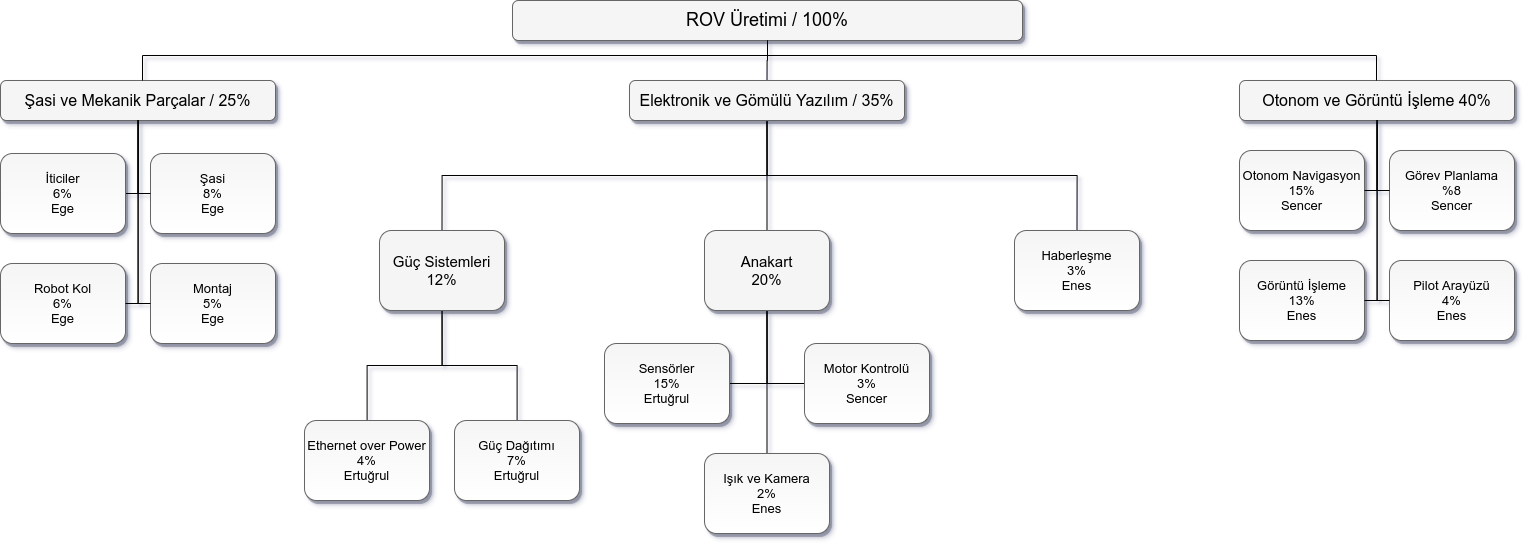
enesdemirag/nucleo-pdr keeps this draw.io diagram as images/WBS.png. Above is the earlier version. Source tidied: cells renumbered, new cells last; positions are measured from the earlier drawing's top-left corner, leaving out a move shared by most shapes.
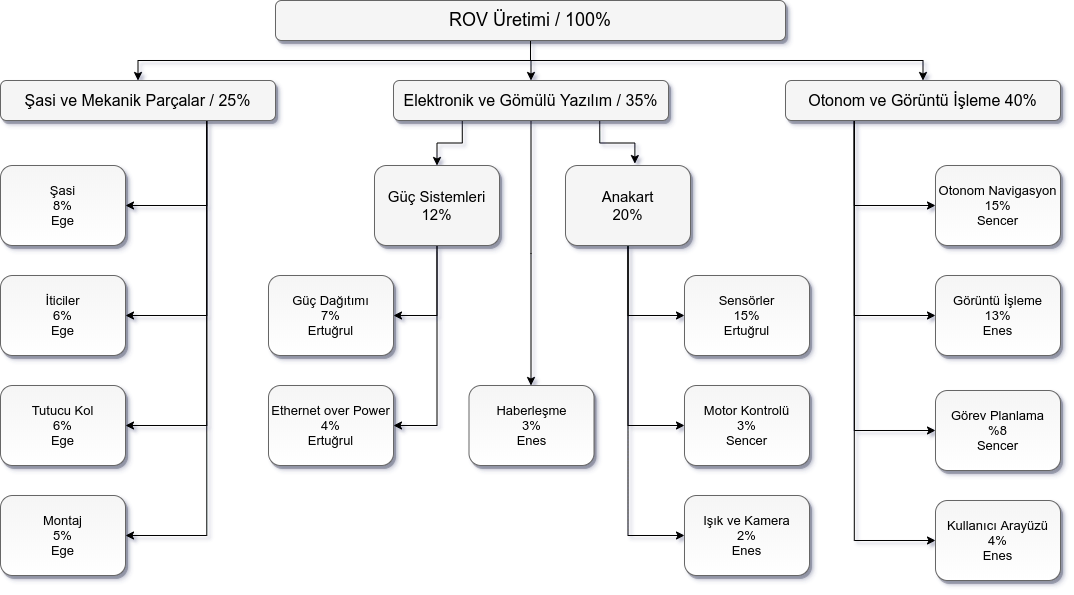
Later version of the same file.

The edit, as a diff of the source:
```diff
@@ -2,165 +2,127 @@
   <root>
     <mxCell id="0" style="html=1;" />
     <mxCell id="1" style="html=1;" parent="0" />
-    <mxCell id="2" style="edgeStyle=orthogonalEdgeStyle;rounded=0;jettySize=auto;html=1;exitX=0.5;exitY=1;exitDx=0;exitDy=0;entryX=0.5;entryY=0;entryDx=0;entryDy=0;endArrow=none;endFill=0;" parent="1" edge="1" source="3" target="7">
+    <mxCell id="2" style="edgeStyle=orthogonalEdgeStyle;rounded=0;jettySize=auto;html=1;exitX=0.5;exitY=1;exitDx=0;exitDy=0;entryX=0.5;entryY=0;entryDx=0;entryDy=0;" parent="1" edge="1" source="3" target="7">
       <mxGeometry relative="1" as="geometry" />
     </mxCell>
+    <mxCell id="27" style="edgeStyle=orthogonalEdgeStyle;rounded=0;jettySize=auto;html=1;exitX=0.5;exitY=1;exitDx=0;exitDy=0;" parent="1" edge="1" source="3" target="8">
+      <mxGeometry relative="1" as="geometry" />
+    </mxCell>
+    <mxCell id="28" style="edgeStyle=orthogonalEdgeStyle;rounded=0;jettySize=auto;html=1;exitX=0.5;exitY=1;exitDx=0;exitDy=0;" parent="1" edge="1" source="3" target="9">
+      <mxGeometry relative="1" as="geometry" />
+    </mxCell>
     <mxCell id="3" value="ROV Üretimi / 100%" style="whiteSpace=wrap;html=1;rounded=1;shadow=1;strokeWidth=1;fontSize=18;align=center;fillColor=#f5f5f5;strokeColor=#666666;" parent="1" vertex="1">
       <mxGeometry x="512" width="510" height="40" as="geometry" />
     </mxCell>
+    <mxCell id="6" style="edgeStyle=orthogonalEdgeStyle;rounded=0;jettySize=auto;html=1;exitX=0.5;exitY=1;exitDx=0;exitDy=0;" parent="1" edge="1" source="7" target="14">
+      <mxGeometry relative="1" as="geometry">
+        <Array as="points">
+          <mxPoint x="768" y="253" />
+          <mxPoint x="768" y="253" />
+        </Array>
+      </mxGeometry>
+    </mxCell>
+    <mxCell id="5" style="edgeStyle=orthogonalEdgeStyle;rounded=0;jettySize=auto;html=1;exitX=0.25;exitY=1;exitDx=0;exitDy=0;entryX=0.5;entryY=0;entryDx=0;entryDy=0;" parent="1" edge="1" source="7" target="12">
+      <mxGeometry relative="1" as="geometry" />
+    </mxCell>
-    <mxCell id="4" style="edgeStyle=orthogonalEdgeStyle;rounded=0;jettySize=auto;html=1;exitX=0.5;exitY=1;exitDx=0;exitDy=0;entryX=0.5;entryY=0;entryDx=0;entryDy=0;endArrow=none;endFill=0;" parent="1" edge="1" source="7" target="25">
+    <mxCell id="4" style="edgeStyle=orthogonalEdgeStyle;rounded=0;jettySize=auto;html=1;exitX=0.75;exitY=1;exitDx=0;exitDy=0;entryX=0.555;entryY=-0.024;entryDx=0;entryDy=0;entryPerimeter=0;" parent="1" edge="1" source="7" target="25">
       <mxGeometry relative="1" as="geometry" />
     </mxCell>
-    <mxCell id="5" style="edgeStyle=orthogonalEdgeStyle;rounded=0;jettySize=auto;html=1;exitX=0.5;exitY=1;exitDx=0;exitDy=0;entryX=0.5;entryY=0;entryDx=0;entryDy=0;endArrow=none;endFill=0;" parent="1" edge="1" source="7" target="12">
-      <mxGeometry relative="1" as="geometry" />
-    </mxCell>
-    <mxCell id="6" style="edgeStyle=orthogonalEdgeStyle;rounded=0;jettySize=auto;html=1;exitX=0.5;exitY=1;exitDx=0;exitDy=0;entryX=0.5;entryY=0;entryDx=0;entryDy=0;endArrow=none;endFill=0;" parent="1" edge="1" source="7" target="14">
-      <mxGeometry relative="1" as="geometry" />
-    </mxCell>
     <mxCell id="7" value="Elektronik ve Gömülü Yazılım / 35%" style="whiteSpace=wrap;html=1;rounded=1;shadow=1;strokeWidth=1;fontSize=16;align=center;fillColor=#f5f5f5;strokeColor=#666666;" parent="1" vertex="1">
-      <mxGeometry x="629" y="80" width="275" height="40" as="geometry" />
+      <mxGeometry x="630" y="80" width="275" height="40" as="geometry" />
     </mxCell>
+    <mxCell id="31" style="edgeStyle=orthogonalEdgeStyle;rounded=0;jettySize=auto;html=1;exitX=0.75;exitY=1;exitDx=0;exitDy=0;entryX=1;entryY=0.5;entryDx=0;entryDy=0;" parent="1" edge="1" source="8" target="15">
+      <mxGeometry relative="1" as="geometry" />
+    </mxCell>
+    <mxCell id="41" style="edgeStyle=orthogonalEdgeStyle;rounded=0;jettySize=auto;html=1;exitX=0.75;exitY=1;exitDx=0;exitDy=0;entryX=1;entryY=0.5;entryDx=0;entryDy=0;" parent="1" edge="1" source="8" target="40">
+      <mxGeometry relative="1" as="geometry" />
+    </mxCell>
+    <mxCell id="30" style="edgeStyle=orthogonalEdgeStyle;rounded=0;jettySize=auto;html=1;exitX=0.75;exitY=1;exitDx=0;exitDy=0;entryX=1;entryY=0.5;entryDx=0;entryDy=0;" parent="1" edge="1" source="8" target="20">
+      <mxGeometry relative="1" as="geometry" />
+    </mxCell>
+    <mxCell id="32" style="edgeStyle=orthogonalEdgeStyle;rounded=0;jettySize=auto;html=1;exitX=0.75;exitY=1;exitDx=0;exitDy=0;entryX=1;entryY=0.5;entryDx=0;entryDy=0;" parent="1" edge="1" source="8" target="21">
+      <mxGeometry relative="1" as="geometry" />
+    </mxCell>
     <mxCell id="8" value="Şasi ve Mekanik Parçalar / 25%" style="whiteSpace=wrap;html=1;rounded=1;shadow=1;strokeWidth=1;fontSize=16;align=center;fillColor=#f5f5f5;strokeColor=#666666;" parent="1" vertex="1">
-      <mxGeometry y="80" width="275" height="40" as="geometry" />
+      <mxGeometry x="237" y="80" width="275" height="40" as="geometry" />
     </mxCell>
+    <mxCell id="33" style="edgeStyle=orthogonalEdgeStyle;rounded=0;jettySize=auto;html=1;exitX=0.25;exitY=1;exitDx=0;exitDy=0;entryX=0;entryY=0.5;entryDx=0;entryDy=0;" parent="1" edge="1" source="9" target="16">
+      <mxGeometry relative="1" as="geometry" />
+    </mxCell>
+    <mxCell id="34" style="edgeStyle=orthogonalEdgeStyle;rounded=0;jettySize=auto;html=1;exitX=0.25;exitY=1;exitDx=0;exitDy=0;entryX=0;entryY=0.5;entryDx=0;entryDy=0;" parent="1" edge="1" source="9" target="18">
+      <mxGeometry relative="1" as="geometry" />
+    </mxCell>
+    <mxCell id="35" style="edgeStyle=orthogonalEdgeStyle;rounded=0;jettySize=auto;html=1;exitX=0.25;exitY=1;exitDx=0;exitDy=0;entryX=0;entryY=0.5;entryDx=0;entryDy=0;" parent="1" edge="1" source="9" target="17">
+      <mxGeometry relative="1" as="geometry" />
+    </mxCell>
+    <mxCell id="36" style="edgeStyle=orthogonalEdgeStyle;rounded=0;jettySize=auto;html=1;exitX=0.25;exitY=1;exitDx=0;exitDy=0;entryX=0;entryY=0.5;entryDx=0;entryDy=0;" parent="1" edge="1" source="9" target="19">
+      <mxGeometry relative="1" as="geometry" />
+    </mxCell>
     <mxCell id="9" value="Otonom ve Görüntü İşleme 40%" style="whiteSpace=wrap;html=1;rounded=1;shadow=1;strokeWidth=1;fontSize=16;align=center;fillColor=#f5f5f5;strokeColor=#666666;" parent="1" vertex="1">
-      <mxGeometry x="1239" y="80" width="275" height="40" as="geometry" />
+      <mxGeometry x="1022" y="80" width="275" height="40" as="geometry" />
     </mxCell>
+    <mxCell id="11" style="edgeStyle=orthogonalEdgeStyle;rounded=0;jettySize=auto;html=1;exitX=0.5;exitY=1;exitDx=0;exitDy=0;entryX=1;entryY=0.5;entryDx=0;entryDy=0;" parent="1" edge="1" source="12" target="37">
+      <mxGeometry relative="1" as="geometry" />
+    </mxCell>
-    <mxCell id="10" style="edgeStyle=orthogonalEdgeStyle;rounded=0;jettySize=auto;html=1;endArrow=none;endFill=0;" parent="1" edge="1" source="12" target="13">
+    <mxCell id="10" style="edgeStyle=orthogonalEdgeStyle;rounded=0;jettySize=auto;html=1;exitX=0.5;exitY=1;exitDx=0;exitDy=0;entryX=1;entryY=0.5;entryDx=0;entryDy=0;" parent="1" edge="1" source="12" target="13">
       <mxGeometry relative="1" as="geometry" />
     </mxCell>
-    <mxCell id="11" style="edgeStyle=orthogonalEdgeStyle;rounded=0;jettySize=auto;html=1;exitX=0.5;exitY=1;exitDx=0;exitDy=0;endArrow=none;endFill=0;" parent="1" edge="1" source="12" target="37">
-      <mxGeometry relative="1" as="geometry" />
-    </mxCell>
     <mxCell id="12" value="Güç Sistemleri&lt;br&gt;12%" style="whiteSpace=wrap;html=1;rounded=1;shadow=1;strokeWidth=1;fontSize=15;align=center;fillColor=#f5f5f5;strokeColor=#666666;" parent="1" vertex="1">
-      <mxGeometry x="379" y="230" width="125" height="80" as="geometry" />
+      <mxGeometry x="611" y="165" width="125" height="80" as="geometry" />
     </mxCell>
     <mxCell id="13" value="Ethernet over Power&lt;br&gt;4%&lt;br&gt;Ertuğrul" style="whiteSpace=wrap;html=1;rounded=1;shadow=1;strokeWidth=1;fontSize=13;align=center;fillColor=#f5f5f5;strokeColor=#666666;gradientColor=#ffffff;" parent="1" vertex="1">
-      <mxGeometry x="304" y="420" width="125" height="80" as="geometry" />
+      <mxGeometry x="505" y="385" width="125" height="80" as="geometry" />
     </mxCell>
     <mxCell id="14" value="&lt;span style=&quot;font-size: 13px;&quot;&gt;Haberleşme&lt;br style=&quot;font-size: 13px;&quot;&gt;3%&lt;br style=&quot;font-size: 13px;&quot;&gt;Enes&lt;/span&gt;" style="whiteSpace=wrap;html=1;rounded=1;shadow=1;strokeWidth=1;fontSize=13;align=center;fillColor=#f5f5f5;strokeColor=#666666;gradientColor=#ffffff;" parent="1" vertex="1">
-      <mxGeometry x="1014" y="230" width="125" height="80" as="geometry" />
+      <mxGeometry x="705.5" y="385" width="125" height="80" as="geometry" />
     </mxCell>
     <mxCell id="15" value="Şasi&lt;br&gt;8%&lt;br&gt;Ege" style="whiteSpace=wrap;html=1;rounded=1;shadow=1;strokeWidth=1;fontSize=13;align=center;fillColor=#f5f5f5;strokeColor=#666666;gradientColor=#ffffff;" parent="1" vertex="1">
-      <mxGeometry x="150" y="153" width="125" height="80" as="geometry" />
+      <mxGeometry x="237" y="165" width="125" height="80" as="geometry" />
     </mxCell>
     <mxCell id="16" value="Otonom Navigasyon&lt;br&gt;15%&lt;br&gt;Sencer" style="whiteSpace=wrap;html=1;rounded=1;shadow=1;strokeWidth=1;fontSize=13;align=center;fillColor=#f5f5f5;strokeColor=#666666;gradientColor=#ffffff;" parent="1" vertex="1">
-      <mxGeometry x="1239" y="150" width="125" height="80" as="geometry" />
+      <mxGeometry x="1172" y="165" width="125" height="80" as="geometry" />
     </mxCell>
     <mxCell id="17" value="Görev Planlama&lt;br&gt;%8&lt;br&gt;Sencer" style="whiteSpace=wrap;html=1;rounded=1;shadow=1;strokeWidth=1;fontSize=13;align=center;fillColor=#f5f5f5;strokeColor=#666666;gradientColor=#ffffff;" parent="1" vertex="1">
-      <mxGeometry x="1389" y="150" width="125" height="80" as="geometry" />
+      <mxGeometry x="1172" y="390" width="125" height="80" as="geometry" />
     </mxCell>
     <mxCell id="18" value="Görüntü İşleme&lt;br&gt;13%&lt;br&gt;Enes" style="whiteSpace=wrap;html=1;rounded=1;shadow=1;strokeWidth=1;fontSize=13;align=center;fillColor=#f5f5f5;strokeColor=#666666;gradientColor=#ffffff;" parent="1" vertex="1">
-      <mxGeometry x="1239" y="260" width="125" height="80" as="geometry" />
+      <mxGeometry x="1172" y="275" width="125" height="80" as="geometry" />
     </mxCell>
-    <mxCell id="19" value="&lt;span style=&quot;font-size: 13px&quot;&gt;Pilot Arayüzü&lt;br&gt;4%&lt;br&gt;Enes&lt;/span&gt;" style="whiteSpace=wrap;html=1;rounded=1;shadow=1;strokeWidth=1;fontSize=13;align=center;fillColor=#f5f5f5;strokeColor=#666666;gradientColor=#ffffff;" parent="1" vertex="1">
-      <mxGeometry x="1389" y="260" width="125" height="80" as="geometry" />
+    <mxCell id="19" value="&lt;span style=&quot;font-size: 13px&quot;&gt;Kullanıcı Arayüzü&lt;br&gt;4%&lt;br&gt;Enes&lt;/span&gt;" style="whiteSpace=wrap;html=1;rounded=1;shadow=1;strokeWidth=1;fontSize=13;align=center;fillColor=#f5f5f5;strokeColor=#666666;gradientColor=#ffffff;" parent="1" vertex="1">
+      <mxGeometry x="1172" y="500" width="125" height="80" as="geometry" />
     </mxCell>
-    <mxCell id="20" value="Robot Kol&lt;br&gt;6%&lt;br&gt;Ege" style="whiteSpace=wrap;html=1;rounded=1;shadow=1;strokeWidth=1;fontSize=13;align=center;fillColor=#f5f5f5;strokeColor=#666666;gradientColor=#ffffff;" parent="1" vertex="1">
-      <mxGeometry y="263" width="125" height="80" as="geometry" />
+    <mxCell id="20" value="Tutucu Kol&lt;br&gt;6%&lt;br&gt;Ege" style="whiteSpace=wrap;html=1;rounded=1;shadow=1;strokeWidth=1;fontSize=13;align=center;fillColor=#f5f5f5;strokeColor=#666666;gradientColor=#ffffff;" parent="1" vertex="1">
+      <mxGeometry x="237" y="385" width="125" height="80" as="geometry" />
     </mxCell>
     <mxCell id="21" value="Montaj&lt;br&gt;5%&lt;br&gt;Ege" style="whiteSpace=wrap;html=1;rounded=1;shadow=1;strokeWidth=1;fontSize=13;align=center;fillColor=#f5f5f5;strokeColor=#666666;gradientColor=#ffffff;" parent="1" vertex="1">
-      <mxGeometry x="150" y="263" width="125" height="80" as="geometry" />
+      <mxGeometry x="237" y="495" width="125" height="80" as="geometry" />
     </mxCell>
+    <mxCell id="24" style="edgeStyle=orthogonalEdgeStyle;rounded=0;jettySize=auto;html=1;exitX=0.5;exitY=1;exitDx=0;exitDy=0;entryX=0;entryY=0.5;entryDx=0;entryDy=0;" parent="1" edge="1" source="25" target="26">
+      <mxGeometry relative="1" as="geometry" />
+    </mxCell>
+    <mxCell id="23" style="edgeStyle=orthogonalEdgeStyle;rounded=0;jettySize=auto;html=1;exitX=0.5;exitY=1;exitDx=0;exitDy=0;entryX=0;entryY=0.5;entryDx=0;entryDy=0;" parent="1" edge="1" source="25" target="38">
+      <mxGeometry relative="1" as="geometry" />
+    </mxCell>
-    <mxCell id="22" style="edgeStyle=orthogonalEdgeStyle;rounded=0;jettySize=auto;html=1;exitX=0.5;exitY=1;exitDx=0;exitDy=0;entryX=0.5;entryY=0;entryDx=0;entryDy=0;endArrow=none;endFill=0;" parent="1" edge="1" source="25" target="39">
+    <mxCell id="22" style="edgeStyle=orthogonalEdgeStyle;rounded=0;jettySize=auto;html=1;exitX=0.5;exitY=1;exitDx=0;exitDy=0;entryX=0;entryY=0.5;entryDx=0;entryDy=0;" parent="1" edge="1" source="25" target="39">
       <mxGeometry relative="1" as="geometry" />
     </mxCell>
-    <mxCell id="23" style="edgeStyle=orthogonalEdgeStyle;rounded=0;jettySize=auto;html=1;exitX=0.5;exitY=1;exitDx=0;exitDy=0;entryX=0;entryY=0.5;entryDx=0;entryDy=0;endArrow=none;endFill=0;" parent="1" edge="1" source="25" target="38">
-      <mxGeometry relative="1" as="geometry" />
-    </mxCell>
-    <mxCell id="24" style="edgeStyle=orthogonalEdgeStyle;rounded=0;jettySize=auto;html=1;exitX=0.5;exitY=1;exitDx=0;exitDy=0;entryX=1;entryY=0.5;entryDx=0;entryDy=0;endArrow=none;endFill=0;" parent="1" edge="1" source="25" target="26">
-      <mxGeometry relative="1" as="geometry" />
-    </mxCell>
     <mxCell id="25" value="&lt;span style=&quot;font-size: 15px;&quot;&gt;Anakart&lt;br style=&quot;font-size: 15px;&quot;&gt;20%&lt;/span&gt;" style="whiteSpace=wrap;html=1;rounded=1;shadow=1;strokeWidth=1;fontSize=15;align=center;fillColor=#f5f5f5;strokeColor=#666666;" parent="1" vertex="1">
-      <mxGeometry x="704" y="230" width="125" height="80" as="geometry" />
+      <mxGeometry x="802" y="165" width="125" height="80" as="geometry" />
     </mxCell>
     <mxCell id="26" value="&lt;span style=&quot;font-size: 13px&quot;&gt;Sensörler&lt;br&gt;15%&lt;br&gt;Ertuğrul&lt;/span&gt;" style="whiteSpace=wrap;html=1;rounded=1;shadow=1;strokeWidth=1;fontSize=13;align=center;fillColor=#f5f5f5;strokeColor=#666666;gradientColor=#ffffff;" parent="1" vertex="1">
-      <mxGeometry x="604" y="343" width="125" height="80" as="geometry" />
+      <mxGeometry x="921" y="275" width="125" height="80" as="geometry" />
     </mxCell>
-    <mxCell id="27" style="edgeStyle=orthogonalEdgeStyle;html=1;startSize=6;endFill=0;endSize=6;strokeWidth=1;fontSize=16;rounded=0;endArrow=none;exitX=0.5;exitY=1;" parent="1" edge="1" source="3" target="8">
-      <mxGeometry relative="1" as="geometry">
-        <Array as="points">
-          <mxPoint x="767" y="55" />
-          <mxPoint x="142" y="55" />
-        </Array>
-      </mxGeometry>
-    </mxCell>
-    <mxCell id="28" style="edgeStyle=orthogonalEdgeStyle;html=1;startSize=6;endFill=0;endSize=6;strokeWidth=1;fontSize=16;rounded=0;endArrow=none;" parent="1" edge="1" source="3" target="9">
-      <mxGeometry relative="1" as="geometry">
-        <Array as="points">
-          <mxPoint x="767" y="55" />
-          <mxPoint x="1376" y="55" />
-        </Array>
-      </mxGeometry>
-    </mxCell>
-    <mxCell id="29" style="edgeStyle=orthogonalEdgeStyle;html=1;startSize=6;endFill=0;endSize=6;strokeWidth=1;fontSize=16;rounded=0;endArrow=none;entryX=1;entryY=0.5;" parent="1" edge="1" source="8">
-      <mxGeometry relative="1" as="geometry">
-        <mxPoint x="67" y="193" as="targetPoint" />
-        <Array as="points">
-          <mxPoint x="138" y="193" />
-        </Array>
-      </mxGeometry>
-    </mxCell>
-    <mxCell id="30" style="edgeStyle=orthogonalEdgeStyle;html=1;startSize=6;endFill=0;endSize=6;strokeWidth=1;fontSize=16;rounded=0;endArrow=none;entryX=1;entryY=0.5;" parent="1" edge="1" source="8" target="20">
-      <mxGeometry relative="1" as="geometry">
-        <Array as="points">
-          <mxPoint x="138" y="303" />
-        </Array>
-      </mxGeometry>
-    </mxCell>
-    <mxCell id="31" style="edgeStyle=orthogonalEdgeStyle;html=1;startSize=6;endFill=0;endSize=6;strokeWidth=1;fontSize=16;rounded=0;endArrow=none;entryX=0;entryY=0.5;" parent="1" edge="1" source="8" target="15">
-      <mxGeometry relative="1" as="geometry">
-        <Array as="points">
-          <mxPoint x="138" y="193" />
-        </Array>
-      </mxGeometry>
-    </mxCell>
-    <mxCell id="32" style="edgeStyle=orthogonalEdgeStyle;html=1;startSize=6;endFill=0;endSize=6;strokeWidth=1;fontSize=16;rounded=0;endArrow=none;entryX=0;entryY=0.5;" parent="1" edge="1" source="8" target="21">
-      <mxGeometry relative="1" as="geometry">
-        <Array as="points">
-          <mxPoint x="138" y="303" />
-        </Array>
-      </mxGeometry>
-    </mxCell>
-    <mxCell id="33" style="edgeStyle=orthogonalEdgeStyle;html=1;startSize=6;endFill=0;endSize=6;strokeWidth=1;fontSize=16;rounded=0;endArrow=none;entryX=1;entryY=0.5;" parent="1" edge="1" source="9" target="16">
-      <mxGeometry relative="1" as="geometry">
-        <Array as="points">
-          <mxPoint x="1377" y="190" />
-        </Array>
-      </mxGeometry>
-    </mxCell>
-    <mxCell id="34" style="edgeStyle=orthogonalEdgeStyle;html=1;startSize=6;endFill=0;endSize=6;strokeWidth=1;fontSize=16;rounded=0;endArrow=none;entryX=1;entryY=0.5;" parent="1" edge="1" source="9" target="18">
-      <mxGeometry relative="1" as="geometry">
-        <Array as="points">
-          <mxPoint x="1377" y="300" />
-        </Array>
-      </mxGeometry>
-    </mxCell>
-    <mxCell id="35" style="edgeStyle=orthogonalEdgeStyle;html=1;startSize=6;endFill=0;endSize=6;strokeWidth=1;fontSize=16;rounded=0;endArrow=none;entryX=0;entryY=0.5;" parent="1" edge="1" source="9" target="17">
-      <mxGeometry relative="1" as="geometry">
-        <Array as="points">
-          <mxPoint x="1377" y="190" />
-        </Array>
-      </mxGeometry>
-    </mxCell>
-    <mxCell id="36" style="edgeStyle=orthogonalEdgeStyle;html=1;startSize=6;endFill=0;endSize=6;strokeWidth=1;fontSize=16;rounded=0;endArrow=none;entryX=0;entryY=0.5;" parent="1" edge="1" source="9" target="19">
-      <mxGeometry relative="1" as="geometry">
-        <Array as="points">
-          <mxPoint x="1377" y="300" />
-        </Array>
-      </mxGeometry>
-    </mxCell>
     <mxCell id="37" value="Güç Dağıtımı&lt;br&gt;7%&lt;br&gt;Ertuğrul" style="whiteSpace=wrap;html=1;rounded=1;shadow=1;strokeWidth=1;fontSize=13;align=center;fillColor=#f5f5f5;strokeColor=#666666;gradientColor=#ffffff;" parent="1" vertex="1">
-      <mxGeometry x="454" y="420" width="125" height="80" as="geometry" />
+      <mxGeometry x="505" y="275" width="125" height="80" as="geometry" />
     </mxCell>
     <mxCell id="38" value="&lt;span style=&quot;font-size: 13px&quot;&gt;Motor Kontrolü&lt;br&gt;3%&lt;br&gt;Sencer&lt;/span&gt;" style="whiteSpace=wrap;html=1;rounded=1;shadow=1;strokeWidth=1;fontSize=13;align=center;fillColor=#f5f5f5;strokeColor=#666666;gradientColor=#ffffff;" parent="1" vertex="1">
-      <mxGeometry x="804" y="343" width="125" height="80" as="geometry" />
+      <mxGeometry x="921" y="385" width="125" height="80" as="geometry" />
     </mxCell>
     <mxCell id="39" value="&lt;span style=&quot;font-size: 13px&quot;&gt;Işık ve Kamera&lt;br&gt;2%&lt;br&gt;Enes&lt;/span&gt;" style="whiteSpace=wrap;html=1;rounded=1;shadow=1;strokeWidth=1;fontSize=13;align=center;fillColor=#f5f5f5;strokeColor=#666666;gradientColor=#ffffff;" parent="1" vertex="1">
-      <mxGeometry x="704" y="453" width="125" height="80" as="geometry" />
+      <mxGeometry x="921" y="495" width="125" height="80" as="geometry" />
     </mxCell>
     <mxCell id="40" value="İticiler&lt;br&gt;6%&lt;br&gt;Ege" style="whiteSpace=wrap;html=1;rounded=1;shadow=1;strokeWidth=1;fontSize=13;align=center;fillColor=#f5f5f5;strokeColor=#666666;gradientColor=#ffffff;" parent="1" vertex="1">
-      <mxGeometry y="153" width="125" height="80" as="geometry" />
+      <mxGeometry x="237" y="275" width="125" height="80" as="geometry" />
     </mxCell>
   </root>
 </mxGraphModel>
```
